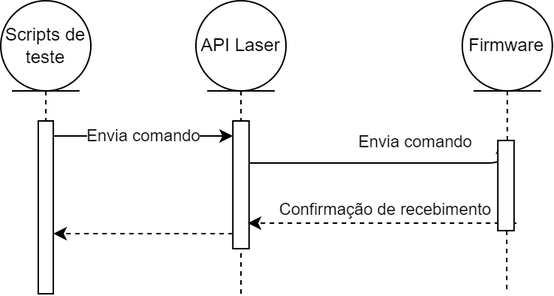
Before: comando_old.png, a diagram exported from draw.io (JoseitoOliveira/relatorio-estagio). Source tidied: cells renumbered, new cells last; positions are measured from the earlier drawing's top-left corner, leaving out a move shared by most shapes.
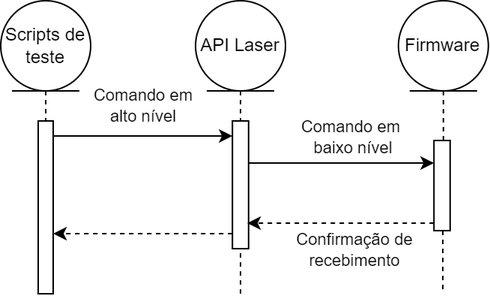
The same file after the commit.

The edit, as a diff of the source:
```diff
@@ -2,8 +2,8 @@
   <root>
     <mxCell id="0" />
     <mxCell id="1" parent="0" />
-    <mxCell id="2" value="Envia comando" style="edgeStyle=none;html=1;endArrow=classic;endFill=1;" parent="1" edge="1" source="3" target="11">
-      <mxGeometry relative="1" as="geometry">
+    <mxCell id="2" value="Comando em&lt;br&gt;alto nível" style="edgeStyle=none;html=1;endArrow=classic;endFill=1;" parent="1" edge="1" source="3" target="11">
+      <mxGeometry y="20" relative="1" as="geometry">
         <Array as="points">
           <mxPoint x="65" y="90" />
         </Array>
@@ -16,7 +16,7 @@
       <mxGeometry relative="1" as="geometry" />
     </mxCell>
     <mxCell id="5" value="Firmware" style="ellipse;shape=umlEntity;whiteSpace=wrap;html=1;" parent="1" vertex="1">
-      <mxGeometry x="307.4" width="60" height="60" as="geometry" />
+      <mxGeometry x="265.4" width="60" height="60" as="geometry" />
     </mxCell>
     <mxCell id="6" style="edgeStyle=none;html=1;dashed=1;endArrow=none;endFill=0;" parent="1" edge="1" source="7" target="11">
       <mxGeometry relative="1" as="geometry" />
@@ -28,13 +28,13 @@
       <mxGeometry relative="1" as="geometry">
         <mxPoint x="164.5" y="108" as="sourcePoint" />
         <Array as="points">
-          <mxPoint x="334.1" y="108" />
+          <mxPoint x="235" y="108" />
         </Array>
       </mxGeometry>
     </mxCell>
-    <mxCell id="9" value="Envia comando" style="edgeLabel;html=1;align=center;verticalAlign=middle;" parent="8" vertex="1">
+    <mxCell id="9" value="Comando em&amp;nbsp;&lt;br&gt;baixo nível" style="edgeLabel;html=1;align=center;verticalAlign=middle;" parent="8" vertex="1">
       <mxGeometry x="-0.28" y="-1" relative="1" as="geometry">
-        <mxPoint x="45" y="-16" as="offset" />
+        <mxPoint x="25" y="-19" as="offset" />
       </mxGeometry>
     </mxCell>
     <mxCell id="10" style="edgeStyle=none;html=1;dashed=1;" parent="1" edge="1" source="11" target="3">
@@ -51,24 +51,24 @@
       <mxGeometry relative="1" as="geometry">
         <mxPoint x="164.5" y="148" as="targetPoint" />
         <Array as="points">
-          <mxPoint x="344.1" y="148" />
+          <mxPoint x="230" y="148" />
         </Array>
       </mxGeometry>
     </mxCell>
-    <mxCell id="13" value="Confirmação de recebimento" style="edgeLabel;html=1;align=center;verticalAlign=middle;" parent="12" vertex="1">
+    <mxCell id="13" value="Confirmação de&lt;br&gt;recebimento" style="edgeLabel;html=1;align=center;verticalAlign=middle;" parent="12" vertex="1">
       <mxGeometry x="-0.59" y="2" relative="1" as="geometry">
-        <mxPoint x="-54" y="-12" as="offset" />
+        <mxPoint x="-28" y="15" as="offset" />
       </mxGeometry>
     </mxCell>
     <mxCell id="14" style="html=1;points=[];perimeter=orthogonalPerimeter;" parent="1" vertex="1">
-      <mxGeometry x="331.1" y="93" width="10.8" height="60" as="geometry" />
+      <mxGeometry x="289.1" y="93" width="10.8" height="60" as="geometry" />
     </mxCell>
     <mxCell id="15" style="edgeStyle=none;html=1;dashed=1;startArrow=none;startFill=0;endArrow=none;endFill=0;exitX=0.5;exitY=1;exitDx=0;exitDy=0;" parent="1" edge="1" source="5" target="14">
       <mxGeometry relative="1" as="geometry" />
     </mxCell>
     <mxCell id="16" style="edgeStyle=none;html=1;dashed=1;startArrow=none;startFill=0;endArrow=none;endFill=0;" parent="1" edge="1" source="14">
       <mxGeometry relative="1" as="geometry">
-        <mxPoint x="337" y="195" as="targetPoint" />
+        <mxPoint x="295" y="195" as="targetPoint" />
       </mxGeometry>
     </mxCell>
     <mxCell id="17" value="Scripts de teste" style="ellipse;shape=umlEntity;whiteSpace=wrap;html=1;" parent="1" vertex="1">
```
